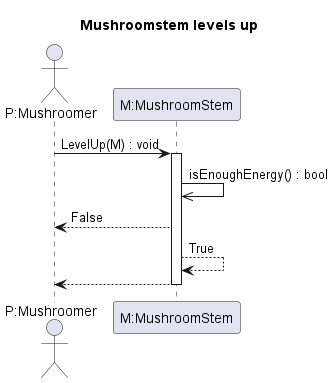
Before: out/3/sequence/mushroomStemLevelUp/levelUp.png, a diagram exported from PlantUML (Petya-G/fungorium). Source of this version:
```plantuml
@startuml levelUp
title Mushroomstem levels up


actor "P:Mushroomer" as P
participant "M:MushroomStem" as M


P -> M: LevelUp(M) : void
activate M
M ->> M: isEnoughEnergy() : bool
M --> P: False
M --> M: True
M --> P
deactivate M

@enduml
```
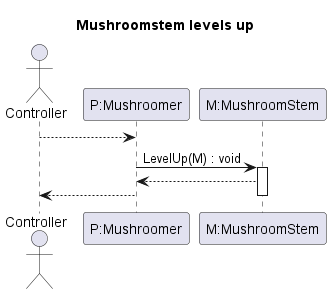
Later version of the same file.

What changed in the source:
```diff
@@ -1,17 +1,15 @@
 @startuml levelUp
 title Mushroomstem levels up
 
-
-actor "P:Mushroomer" as P
+actor Controller
+participant "P:Mushroomer" as P
 participant "M:MushroomStem" as M
 
-
+Controller-->P
 P -> M: LevelUp(M) : void
 activate M
-M ->> M: isEnoughEnergy() : bool
-M --> P: False
-M --> M: True
 M --> P
+P --> Controller
 deactivate M
 
 @enduml
```
